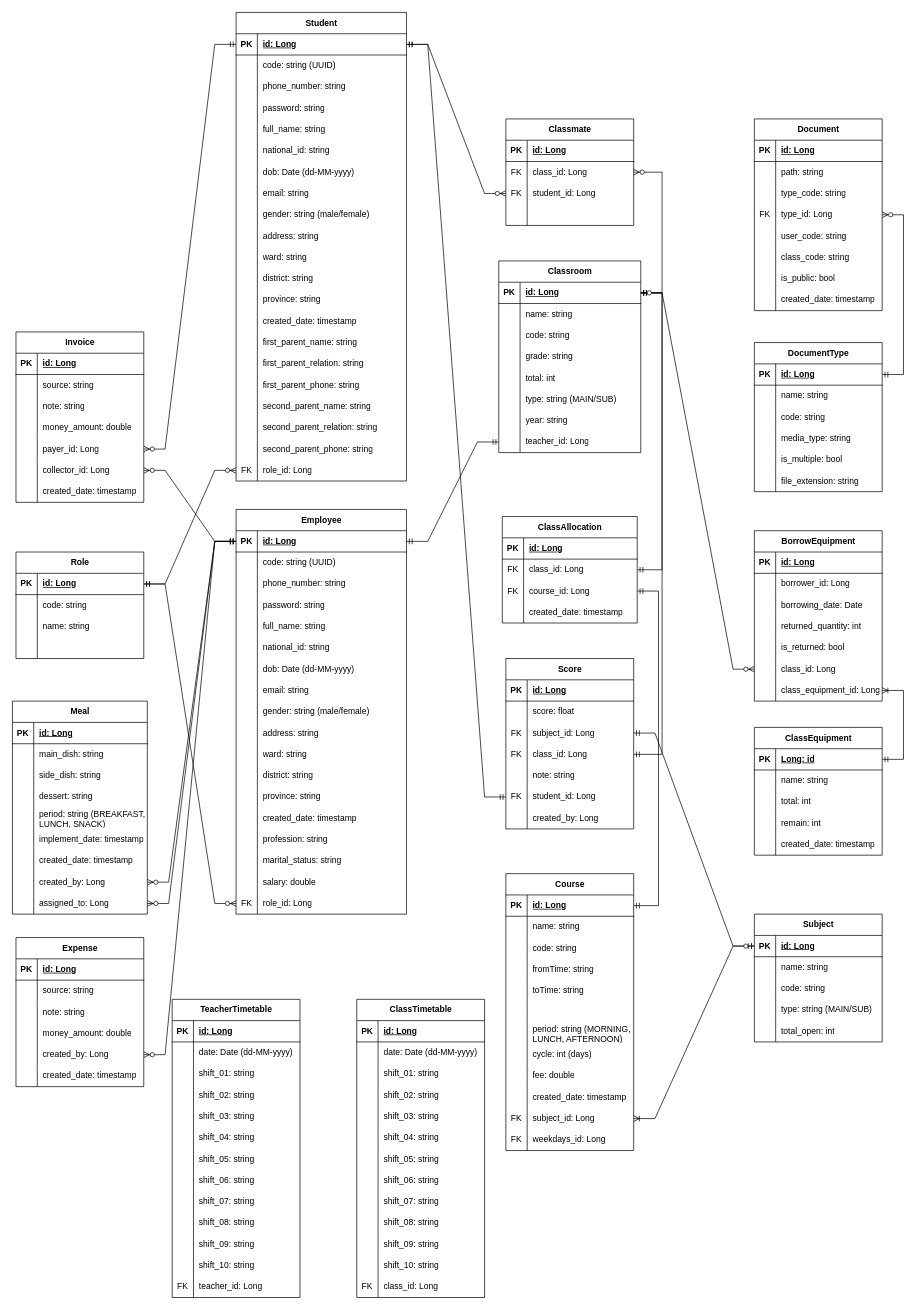
The draw.io diagram documents/ERD.drawio in ngynanhtai/school-management-project, before the edit. Source tidied: cells renumbered, new cells numbered last; positions are measured from the earlier drawing's top-left corner, leaving out a move shared by most shapes. Both pictures are drawn from the tidied source at 71%, with x=0, y=0 at pixel (12, 12).
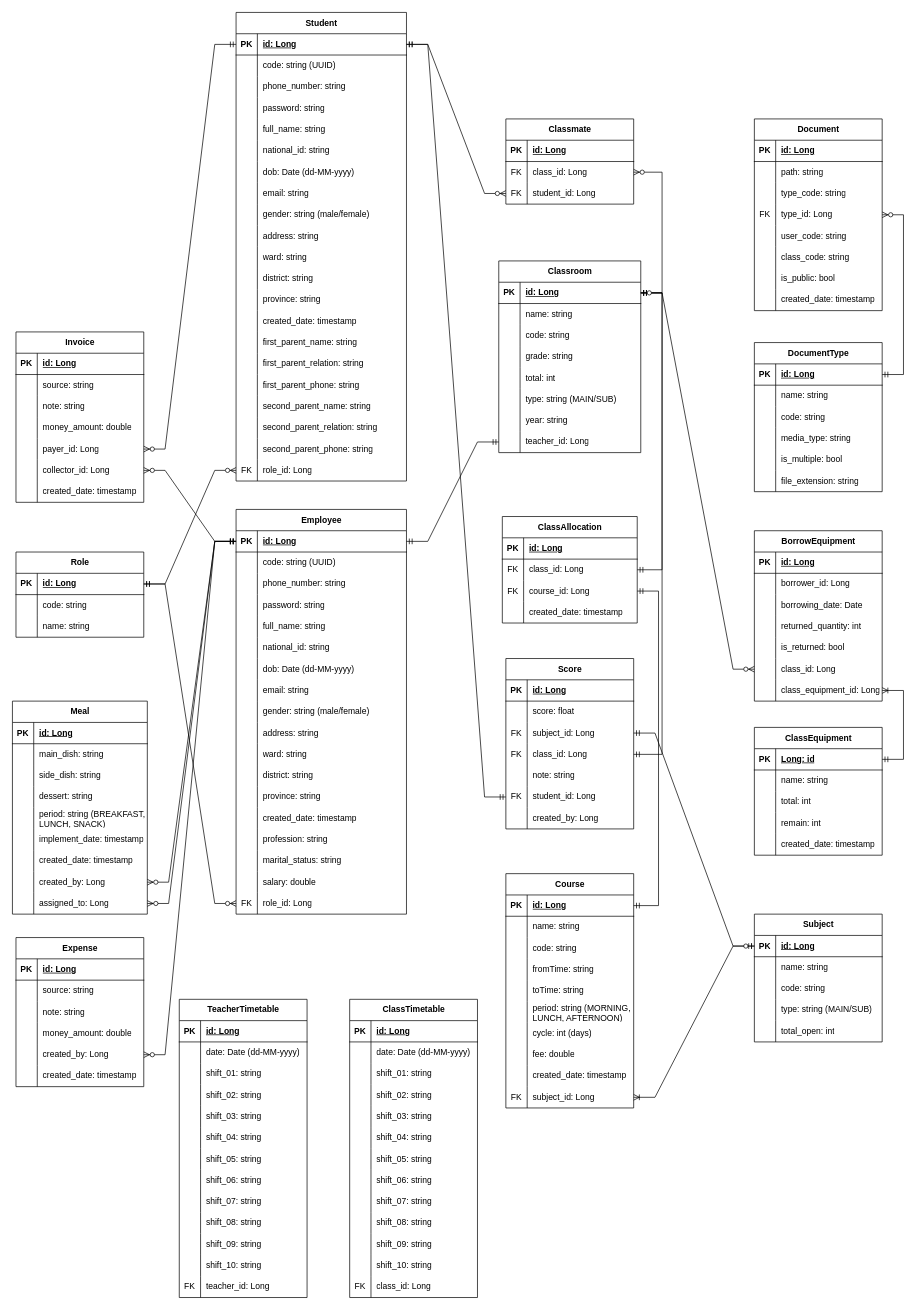
The same diagram, later.

The edit, as a diff of the source:
```diff
@@
     <mxCell id="2" value="Role" style="shape=table;startSize=30;childLayout=tableLayout;rowLines=0;fontStyle=1;align=center;html=1;" parent="1" vertex="1">
-      <mxGeometry x="5" y="760" width="180" height="150" as="geometry" />
+      <mxGeometry x="5" y="760" width="180" height="120" as="geometry" />
     </mxCell>
@@
-    <mxCell id="12" style="shape=tableRow;horizontal=0;startSize=0;swimlaneHead=0;swimlaneBody=0;fillColor=none;top=0;left=0;right=0;bottom=0;" parent="2" vertex="1">
-      <mxGeometry y="120" width="180" height="30" as="geometry" />
-    </mxCell>
-    <mxCell id="13" style="shape=partialRectangle;fillColor=none;top=0;left=0;bottom=0;right=0;overflow=hidden;whiteSpace=wrap;html=1;" parent="12" vertex="1">
-      <mxGeometry width="30" height="30" as="geometry" />
-    </mxCell>
-    <mxCell id="14" style="shape=partialRectangle;fillColor=none;top=0;left=0;bottom=0;right=0;align=left;spacingLeft=6;overflow=hidden;whiteSpace=wrap;html=1;" parent="12" vertex="1">
-      <mxGeometry x="30" width="150" height="30" as="geometry" />
-    </mxCell>
@@
     <mxCell id="91" value="Classmate" style="shape=table;startSize=30;childLayout=tableLayout;rowLines=0;fontStyle=1;align=center;html=1;" parent="1" vertex="1">
-      <mxGeometry x="695" y="150" width="180" height="150" as="geometry" />
+      <mxGeometry x="695" y="150" width="180" height="120" as="geometry" />
     </mxCell>
@@
-    <mxCell id="101" style="shape=tableRow;horizontal=0;startSize=0;swimlaneHead=0;swimlaneBody=0;fillColor=none;top=0;left=0;right=0;bottom=0;" parent="91" vertex="1">
-      <mxGeometry y="120" width="180" height="30" as="geometry" />
-    </mxCell>
-    <mxCell id="102" style="shape=partialRectangle;fillColor=none;top=0;left=0;bottom=0;right=0;overflow=hidden;whiteSpace=wrap;html=1;" parent="101" vertex="1">
-      <mxGeometry width="30" height="30" as="geometry" />
-    </mxCell>
-    <mxCell id="103" style="shape=partialRectangle;fillColor=none;top=0;left=0;bottom=0;right=0;align=left;spacingLeft=6;overflow=hidden;whiteSpace=wrap;html=1;" parent="101" vertex="1">
-      <mxGeometry x="30" width="150" height="30" as="geometry" />
-    </mxCell>
@@
     <mxCell id="137" value="Course" style="shape=table;startSize=30;childLayout=tableLayout;rowLines=0;fontStyle=1;align=center;html=1;" parent="1" vertex="1">
-      <mxGeometry x="695" y="1213" width="180" height="390" as="geometry" />
+      <mxGeometry x="695" y="1213" width="180" height="330" as="geometry" />
     </mxCell>
@@
-    <mxCell id="153" style="shape=tableRow;horizontal=0;startSize=0;swimlaneHead=0;swimlaneBody=0;fillColor=none;top=0;left=0;right=0;bottom=0;" parent="137" vertex="1">
-      <mxGeometry y="180" width="180" height="30" as="geometry" />
-    </mxCell>
-    <mxCell id="154" style="shape=partialRectangle;fillColor=none;top=0;left=0;bottom=0;right=0;overflow=hidden;whiteSpace=wrap;html=1;" parent="153" vertex="1">
-      <mxGeometry width="30" height="30" as="geometry" />
-    </mxCell>
-    <mxCell id="155" style="shape=partialRectangle;fillColor=none;top=0;left=0;bottom=0;right=0;align=left;spacingLeft=6;overflow=hidden;whiteSpace=wrap;html=1;" parent="153" vertex="1">
-      <mxGeometry x="30" width="150" height="30" as="geometry" />
-    </mxCell>
     <mxCell id="156" style="shape=tableRow;horizontal=0;startSize=0;swimlaneHead=0;swimlaneBody=0;fillColor=none;top=0;left=0;right=0;bottom=0;" parent="137" vertex="1">
-      <mxGeometry y="210" width="180" height="30" as="geometry" />
+      <mxGeometry y="180" width="180" height="30" as="geometry" />
     </mxCell>
@@
     <mxCell id="159" style="shape=tableRow;horizontal=0;startSize=0;swimlaneHead=0;swimlaneBody=0;fillColor=none;top=0;left=0;right=0;bottom=0;" parent="137" vertex="1">
-      <mxGeometry y="240" width="180" height="30" as="geometry" />
+      <mxGeometry y="210" width="180" height="30" as="geometry" />
     </mxCell>
@@
     <mxCell id="162" style="shape=tableRow;horizontal=0;startSize=0;swimlaneHead=0;swimlaneBody=0;fillColor=none;top=0;left=0;right=0;bottom=0;" parent="137" vertex="1">
-      <mxGeometry y="270" width="180" height="30" as="geometry" />
+      <mxGeometry y="240" width="180" height="30" as="geometry" />
     </mxCell>
@@
     <mxCell id="165" style="shape=tableRow;horizontal=0;startSize=0;swimlaneHead=0;swimlaneBody=0;fillColor=none;top=0;left=0;right=0;bottom=0;" parent="137" vertex="1">
-      <mxGeometry y="300" width="180" height="30" as="geometry" />
+      <mxGeometry y="270" width="180" height="30" as="geometry" />
     </mxCell>
@@
     <mxCell id="168" style="shape=tableRow;horizontal=0;startSize=0;swimlaneHead=0;swimlaneBody=0;fillColor=none;points=[[0,0.5],[1,0.5]];portConstraint=eastwest;top=0;left=0;right=0;bottom=0;" parent="137" vertex="1">
-      <mxGeometry y="330" width="180" height="30" as="geometry" />
+      <mxGeometry y="300" width="180" height="30" as="geometry" />
     </mxCell>
@@
-    <mxCell id="171" style="shape=tableRow;horizontal=0;startSize=0;swimlaneHead=0;swimlaneBody=0;fillColor=none;top=0;left=0;right=0;bottom=0;" parent="137" vertex="1">
-      <mxGeometry y="360" width="180" height="30" as="geometry" />
-    </mxCell>
-    <mxCell id="172" value="FK" style="shape=partialRectangle;fillColor=none;top=0;left=0;bottom=0;right=0;overflow=hidden;whiteSpace=wrap;html=1;" parent="171" vertex="1">
-      <mxGeometry width="30" height="30" as="geometry" />
-    </mxCell>
-    <mxCell id="173" value="weekdays_id: Long" style="shape=partialRectangle;fillColor=none;top=0;left=0;bottom=0;right=0;align=left;spacingLeft=6;overflow=hidden;whiteSpace=wrap;html=1;" parent="171" vertex="1">
-      <mxGeometry x="30" width="150" height="30" as="geometry" />
-    </mxCell>
@@
     <mxCell id="430" value="TeacherTimetable" style="shape=table;startSize=30;childLayout=tableLayout;rowLines=0;fontStyle=1;align=center;html=1;" parent="1" vertex="1">
-      <mxGeometry x="225" y="1390" width="180" height="420" as="geometry" />
+      <mxGeometry x="235" y="1390" width="180" height="420" as="geometry" />
     </mxCell>
@@
     <mxCell id="470" value="ClassTimetable" style="shape=table;startSize=30;childLayout=tableLayout;rowLines=0;fontStyle=1;align=center;html=1;" parent="1" vertex="1">
-      <mxGeometry x="485" y="1390" width="180" height="420" as="geometry" />
+      <mxGeometry x="475" y="1390" width="180" height="420" as="geometry" />
     </mxCell>
```
